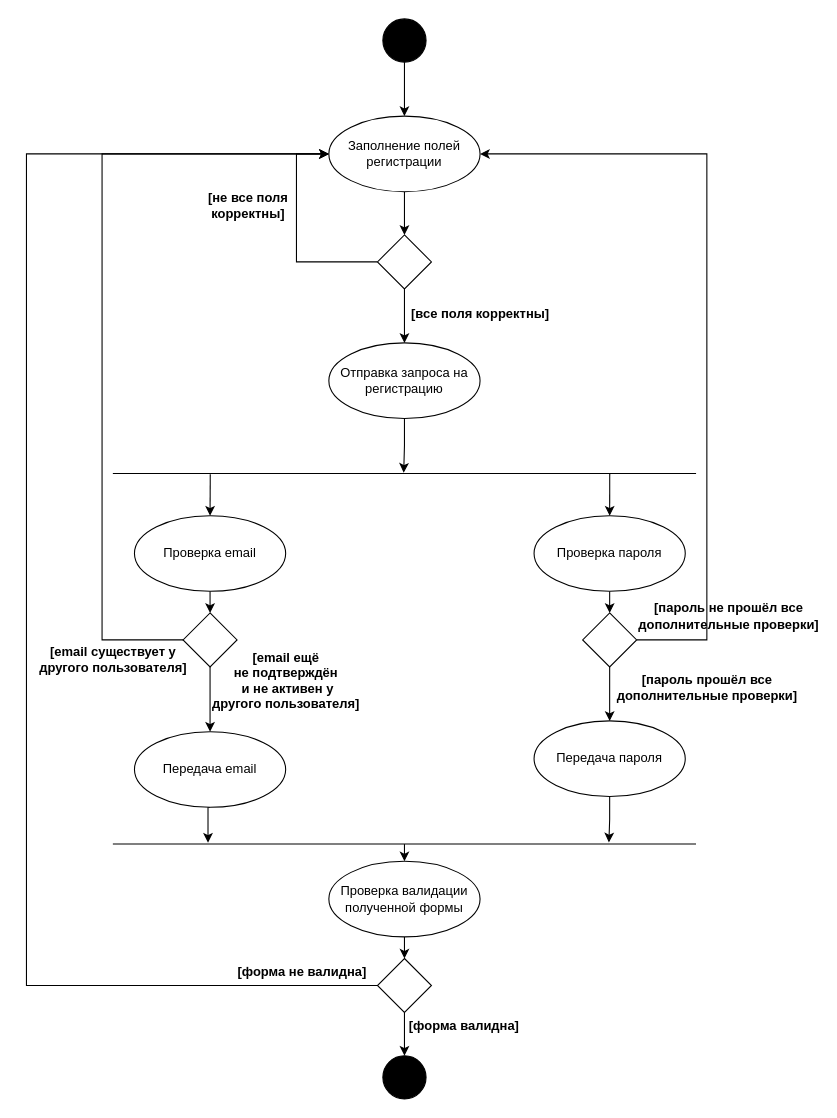
Before: diagrams/UML_Diagramma_deyatelnosti 2.drawio in Dimatron74/FadGamer, a draw.io diagram. Source tidied: cells renumbered, new cells numbered last; positions are measured from the earlier drawing's top-left corner, leaving out a move shared by most shapes. Both pictures are drawn from the tidied source at 108%, with x=0, y=0 at pixel (26, 18).
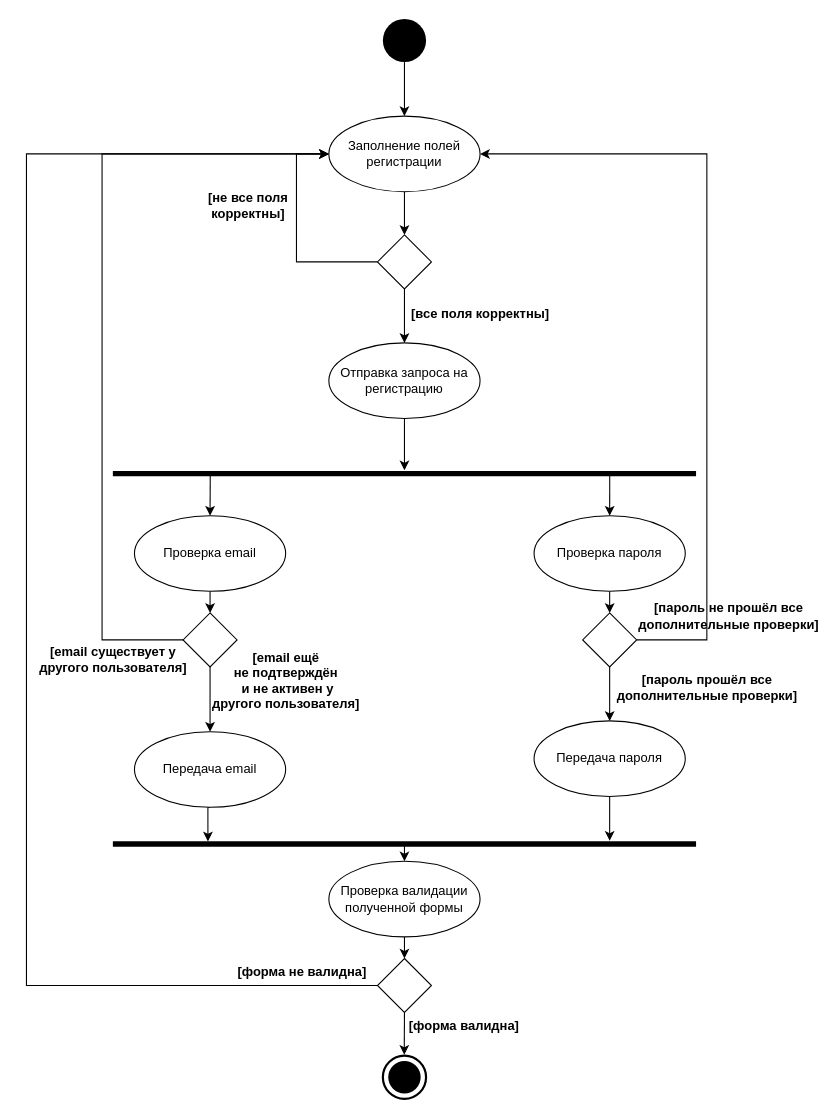
The same page after the edit.

Unchanged cells that the change refers to:
```xml
<mxCell id="10" value="Отправка запроса на регистрацию" style="ellipse;whiteSpace=wrap;html=1;" parent="1" vertex="1">
  <mxGeometry x="280" y="300" width="140" height="70" as="geometry" />
</mxCell>
<mxCell id="22" value="Передача email" style="ellipse;whiteSpace=wrap;html=1;" parent="1" vertex="1">
  <mxGeometry x="100" y="660" width="140" height="70" as="geometry" />
</mxCell>
<mxCell id="30" value="Передача пароля" style="ellipse;whiteSpace=wrap;html=1;" parent="1" vertex="1">
  <mxGeometry x="470" y="650" width="140" height="70" as="geometry" />
</mxCell>
<mxCell id="40" style="rhombus;whiteSpace=wrap;html=1;" parent="1" vertex="1">
  <mxGeometry x="325" y="870" width="50" height="50" as="geometry" />
</mxCell>
```

Diff of the diagram source:
```diff
@@
-    <mxCell id="5" style="ellipse;whiteSpace=wrap;html=1;fillColor=#000000;" parent="1" vertex="1">
+    <mxCell id="5" style="ellipse;whiteSpace=wrap;html=1;fillColor=#000000;strokeColor=none;" parent="1" vertex="1">
       <mxGeometry x="330" width="40" height="40" as="geometry" />
     </mxCell>
@@
     <mxCell id="9" style="edgeStyle=orthogonalEdgeStyle;rounded=0;jettySize=auto;html=1;exitX=0.5;exitY=1;exitDx=0;exitDy=0;" parent="1" edge="1" source="10">
       <mxGeometry relative="1" as="geometry">
-        <mxPoint x="349.3" y="420.2" as="targetPoint" />
+        <mxPoint x="350" y="418" as="targetPoint" />
       </mxGeometry>
     </mxCell>
@@
-    <mxCell id="13" style="line;strokeWidth=1;fillColor=none;align=left;verticalAlign=middle;spacingTop=-1;spacingLeft=3;spacingRight=3;labelPosition=right;points=[];portConstraint=eastwest;strokeColor=inherit;" parent="1" vertex="1">
+    <mxCell id="13" style="line;strokeWidth=5;fillColor=none;align=left;verticalAlign=middle;spacingTop=-1;spacingLeft=3;spacingRight=3;labelPosition=right;points=[];portConstraint=eastwest;strokeColor=inherit;" parent="1" vertex="1">
       <mxGeometry x="80" y="417" width="540" height="8" as="geometry" />
     </mxCell>
@@
-    <mxCell id="21" style="edgeStyle=orthogonalEdgeStyle;rounded=0;jettySize=auto;html=1;exitX=0.5;exitY=1;exitDx=0;exitDy=0;" parent="1" edge="1" source="22">
-      <mxGeometry relative="1" as="geometry">
-        <mxPoint x="168.1" y="762.8" as="targetPoint" />
-      </mxGeometry>
+    <mxCell id="21" style="edgeStyle=orthogonalEdgeStyle;rounded=0;jettySize=auto;html=1;exitX=0.5;exitY=1;exitDx=0;exitDy=0;entryX=0.163;entryY=0.196;entryDx=0;entryDy=0;entryPerimeter=0;" parent="1" edge="1" source="22" target="34">
+      <mxGeometry relative="1" as="geometry" />
     </mxCell>
@@
     <mxCell id="29" style="edgeStyle=orthogonalEdgeStyle;rounded=0;jettySize=auto;html=1;exitX=0.5;exitY=1;exitDx=0;exitDy=0;" parent="1" edge="1" source="30">
       <mxGeometry relative="1" as="geometry">
-        <mxPoint x="539.3" y="762.5" as="targetPoint" />
+        <mxPoint x="540" y="761" as="targetPoint" />
       </mxGeometry>
     </mxCell>
@@
-    <mxCell id="34" style="line;strokeWidth=1;fillColor=none;align=left;verticalAlign=middle;spacingTop=-1;spacingLeft=3;spacingRight=3;labelPosition=right;points=[];portConstraint=eastwest;strokeColor=inherit;" parent="1" vertex="1">
+    <mxCell id="34" style="line;strokeWidth=5;fillColor=none;align=left;verticalAlign=middle;spacingTop=-1;spacingLeft=3;spacingRight=3;labelPosition=right;points=[];portConstraint=eastwest;strokeColor=inherit;" parent="1" vertex="1">
       <mxGeometry x="80" y="760" width="540" height="8" as="geometry" />
     </mxCell>
@@
-    <mxCell id="38" style="edgeStyle=orthogonalEdgeStyle;rounded=0;jettySize=auto;html=1;exitX=0.5;exitY=1;exitDx=0;exitDy=0;entryX=0.5;entryY=0;entryDx=0;entryDy=0;" parent="1" edge="1" source="40" target="41">
+    <mxCell id="38" style="edgeStyle=orthogonalEdgeStyle;rounded=0;jettySize=auto;html=1;exitX=0.5;exitY=1;exitDx=0;exitDy=0;entryX=0.495;entryY=-0.021;entryDx=0;entryDy=0;entryPerimeter=0;" parent="1" edge="1" source="40" target="45">
       <mxGeometry relative="1" as="geometry" />
     </mxCell>
@@
-    <mxCell id="41" style="ellipse;whiteSpace=wrap;html=1;fillColor=#000000;" parent="1" vertex="1">
-      <mxGeometry x="330" y="960" width="40" height="40" as="geometry" />
-    </mxCell>
@@
+    <mxCell id="44" style="group;" parent="1" vertex="1">
+      <mxGeometry x="330" y="960" width="40" height="40" as="geometry" />
+    </mxCell>
+    <mxCell id="45" style="ellipse;whiteSpace=wrap;html=1;fillColor=none;strokeColor=#000000;perimeterSpacing=0;strokeWidth=2;" parent="44" vertex="1">
+      <mxGeometry width="40" height="40" as="geometry" />
+    </mxCell>
+    <mxCell id="46" style="ellipse;whiteSpace=wrap;html=1;fillColor=#000000;strokeColor=none;perimeterSpacing=0;strokeWidth=1;" parent="44" vertex="1">
+      <mxGeometry x="5" y="5" width="30" height="30" as="geometry" />
+    </mxCell>
```
